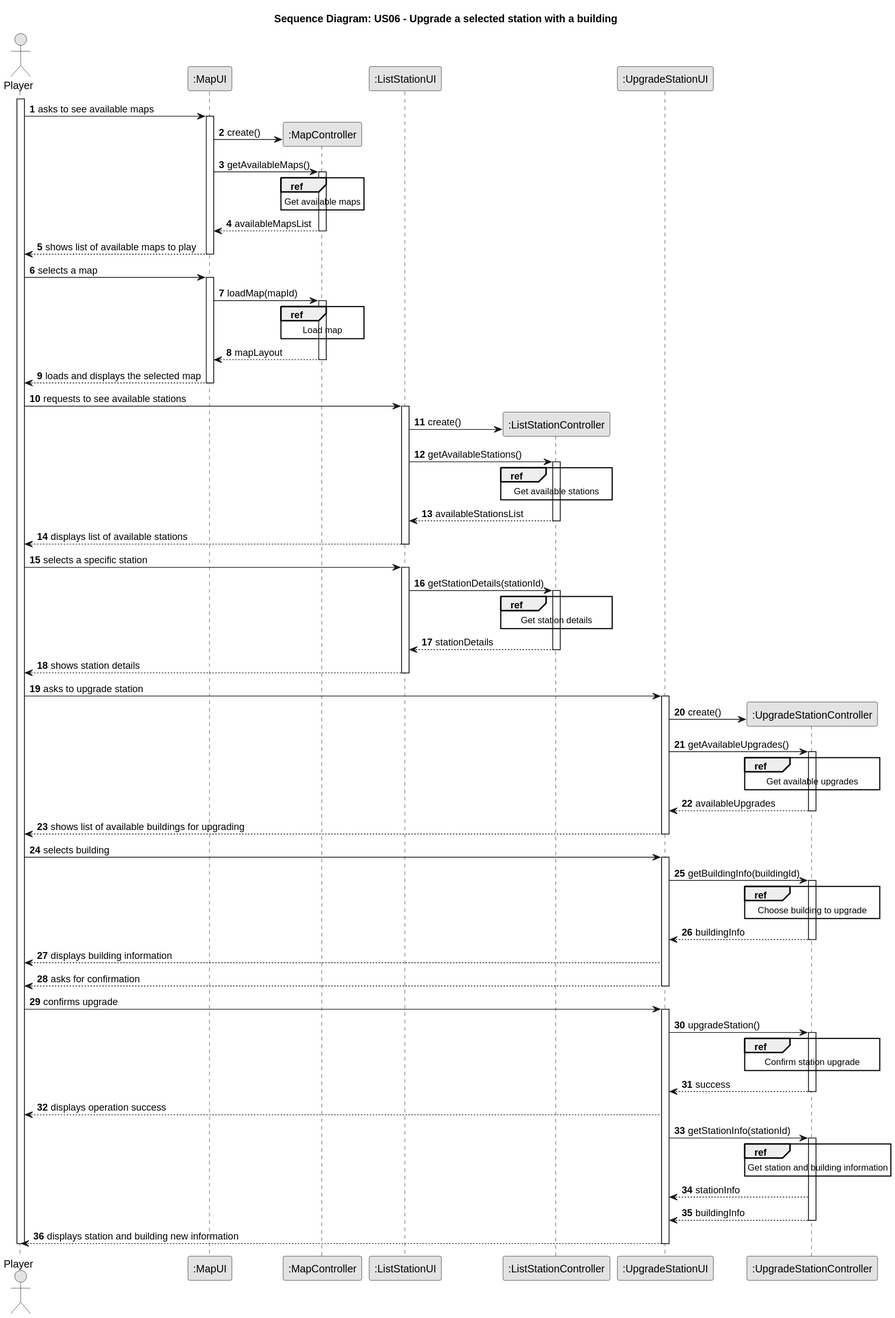
Earlier version of the PlantUML export docs/system-documentation/Sprint 2/US06/03.design/svg/US06-SD-split.svg (HenriqueSilva18/Railway-Network-Simulator).
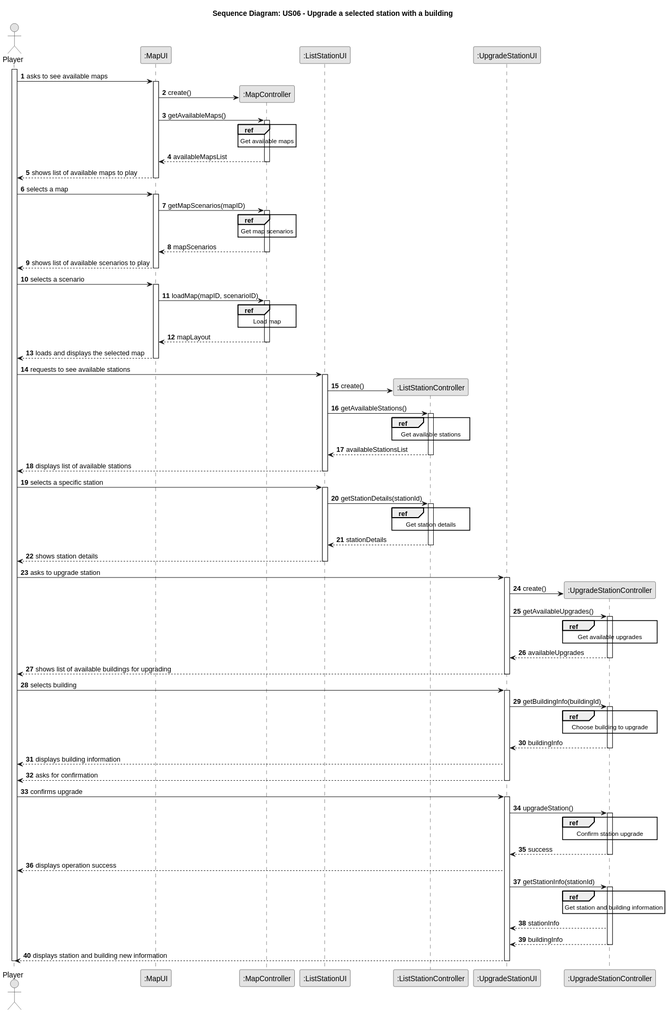
Later version of the same file.

Diff of the diagram source:
```diff
@@ -32,7 +32,19 @@
 
     player -> mapUI: selects a map
         activate mapUI
-        mapUI -> mapCTRL: loadMap(mapId)
+        mapUI -> mapCTRL: getMapScenarios(mapID)
+            activate mapCTRL
+                ref over mapCTRL
+                    Get map scenarios
+                end
+            mapCTRL --> mapUI: mapScenarios
+            deactivate mapCTRL
+        mapUI --> player: shows list of available scenarios to play
+        deactivate mapUI
+    player -> mapUI: selects a scenario
+
+        activate mapUI
+        mapUI -> mapCTRL: loadMap(mapID, scenarioID)
             activate mapCTRL
                 ref over mapCTRL
                     Load map
```
